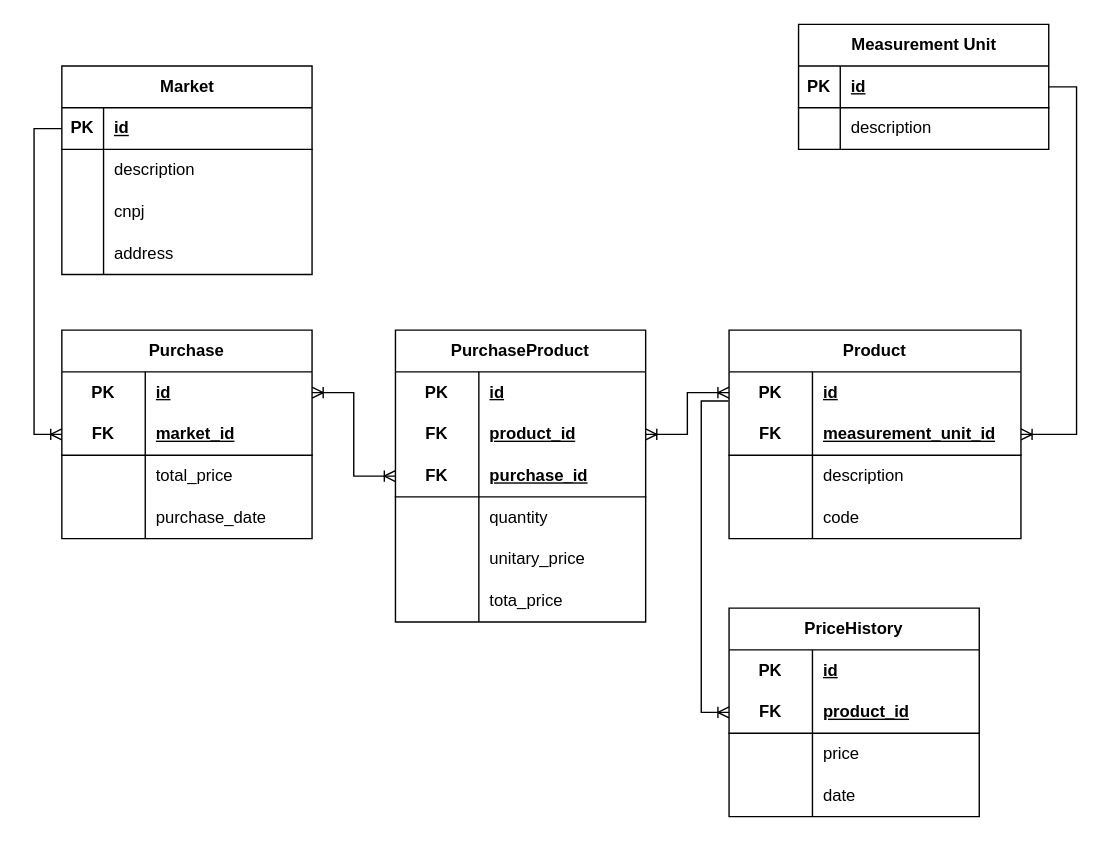
The draw.io diagram backend/Market Diagram.drawio in KlausDG/market-prices-history, before the edit. Source tidied: cells renumbered, new cells numbered last; positions are measured from the earlier drawing's top-left corner, leaving out a move shared by most shapes. Both pictures are drawn from the tidied source at 139%, with x=0, y=0 at pixel (61, 24).
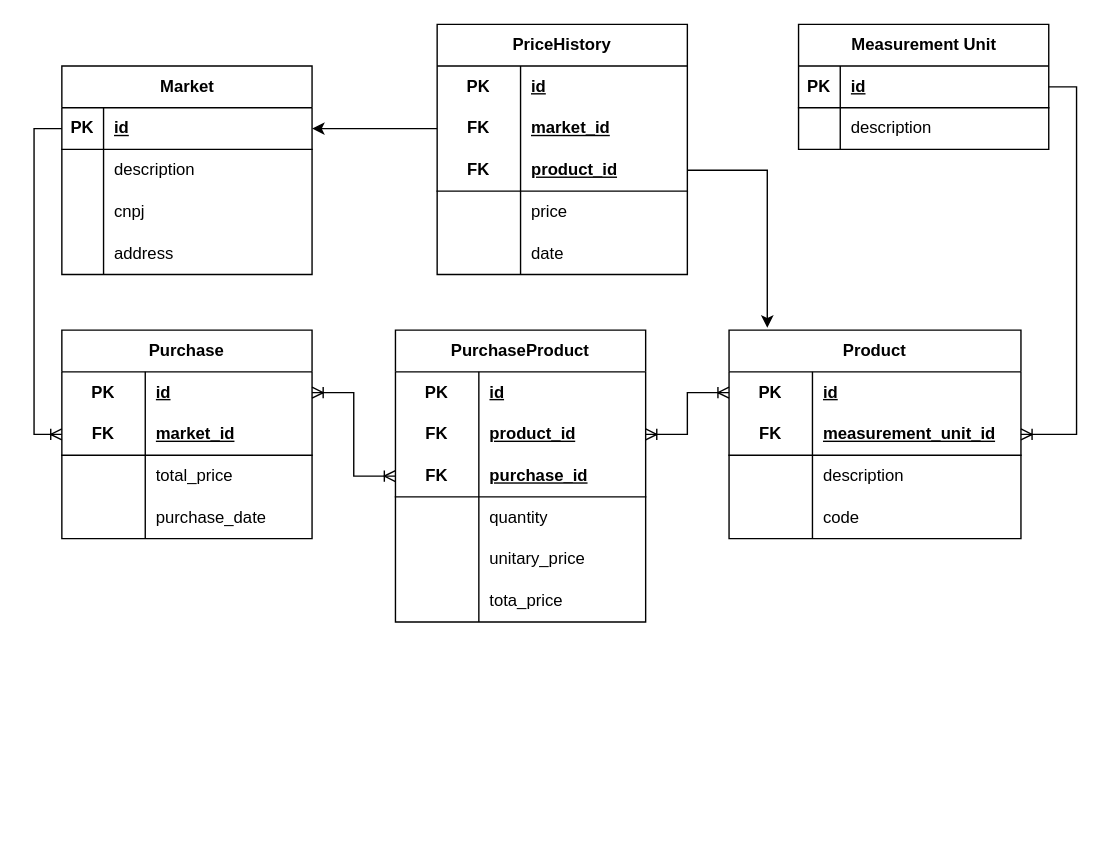
After the change.

Unchanged cells that the change refers to:
```xml
<mxCell id="3" style="shape=tableRow;horizontal=0;startSize=0;swimlaneHead=0;swimlaneBody=0;fillColor=none;points=[[0,0.5],[1,0.5]];portConstraint=eastwest;top=0;left=0;right=0;bottom=1;" parent="2" vertex="1">
  <mxGeometry y="30" width="180" height="30" as="geometry" />
</mxCell>
<mxCell id="15" value="Product" style="shape=table;startSize=30;childLayout=tableLayout;rowLines=0;fontStyle=1;align=center;html=1;whiteSpace=wrap;" parent="1" vertex="1">
  <mxGeometry x="480" y="220" width="210" height="150" as="geometry" />
</mxCell>
<mxCell id="16" style="shape=tableRow;horizontal=0;startSize=0;swimlaneHead=0;swimlaneBody=0;fillColor=none;points=[[0,0.5],[1,0.5]];portConstraint=eastwest;top=0;left=0;right=0;bottom=0;html=1;" parent="15" vertex="1">
  <mxGeometry y="30" width="210" height="30" as="geometry" />
</mxCell>
```

Change to the diagram source:
```diff
@@
     <mxCell id="68" value="PriceHistory" style="shape=table;startSize=30;childLayout=tableLayout;rowLines=0;fontStyle=1;align=center;html=1;whiteSpace=wrap;" parent="1" vertex="1">
-      <mxGeometry x="480" y="420" width="180" height="150" as="geometry" />
+      <mxGeometry x="270" width="180" height="180" as="geometry" />
     </mxCell>
@@
+    <mxCell id="85" style="shape=tableRow;horizontal=0;startSize=0;swimlaneHead=0;swimlaneBody=0;fillColor=none;points=[[0,0.5],[1,0.5]];portConstraint=eastwest;top=0;left=0;right=0;bottom=0;html=1;" parent="68" vertex="1">
+      <mxGeometry y="60" width="180" height="30" as="geometry" />
+    </mxCell>
+    <mxCell id="86" value="FK" style="shape=partialRectangle;fillColor=none;top=0;left=0;bottom=0;right=0;fontStyle=1;overflow=hidden;html=1;whiteSpace=wrap;" parent="85" vertex="1">
+      <mxGeometry width="60" height="30" as="geometry" />
+    </mxCell>
+    <mxCell id="87" value="market_id" style="shape=partialRectangle;fillColor=none;top=0;left=0;bottom=0;right=0;align=left;spacingLeft=6;fontStyle=5;overflow=hidden;html=1;whiteSpace=wrap;" parent="85" vertex="1">
+      <mxGeometry x="60" width="120" height="30" as="geometry" />
+    </mxCell>
     <mxCell id="72" style="shape=tableRow;horizontal=0;startSize=0;swimlaneHead=0;swimlaneBody=0;fillColor=none;points=[[0,0.5],[1,0.5]];portConstraint=eastwest;top=0;left=0;right=0;bottom=1;html=1;" parent="68" vertex="1">
-      <mxGeometry y="60" width="180" height="30" as="geometry" />
+      <mxGeometry y="90" width="180" height="30" as="geometry" />
     </mxCell>
@@
     <mxCell id="75" style="shape=tableRow;horizontal=0;startSize=0;swimlaneHead=0;swimlaneBody=0;fillColor=none;top=0;left=0;right=0;bottom=0;html=1;" parent="68" vertex="1">
-      <mxGeometry y="90" width="180" height="30" as="geometry" />
+      <mxGeometry y="120" width="180" height="30" as="geometry" />
     </mxCell>
@@
     <mxCell id="78" style="shape=tableRow;horizontal=0;startSize=0;swimlaneHead=0;swimlaneBody=0;fillColor=none;top=0;left=0;right=0;bottom=0;html=1;" parent="68" vertex="1">
-      <mxGeometry y="120" width="180" height="30" as="geometry" />
+      <mxGeometry y="150" width="180" height="30" as="geometry" />
     </mxCell>
@@
-    <mxCell id="84" style="edgeStyle=orthogonalEdgeStyle;rounded=0;jettySize=auto;html=1;exitX=0;exitY=0.5;exitDx=0;exitDy=0;entryX=-0.002;entryY=0.701;entryDx=0;entryDy=0;entryPerimeter=0;endArrow=none;endFill=0;startArrow=ERoneToMany;startFill=0;" parent="1" edge="1" source="68" target="16">
-      <mxGeometry relative="1" as="geometry" />
-    </mxCell>
+    <mxCell id="88" style="edgeStyle=orthogonalEdgeStyle;rounded=0;jettySize=auto;html=1;exitX=1;exitY=0.5;exitDx=0;exitDy=0;entryX=0.131;entryY=-0.011;entryDx=0;entryDy=0;entryPerimeter=0;" parent="1" edge="1" source="72" target="15">
+      <mxGeometry relative="1" as="geometry" />
+    </mxCell>
+    <mxCell id="89" style="edgeStyle=orthogonalEdgeStyle;rounded=0;jettySize=auto;html=1;entryX=1;entryY=0.5;entryDx=0;entryDy=0;" parent="1" edge="1" source="85" target="3">
+      <mxGeometry relative="1" as="geometry" />
+    </mxCell>
```
